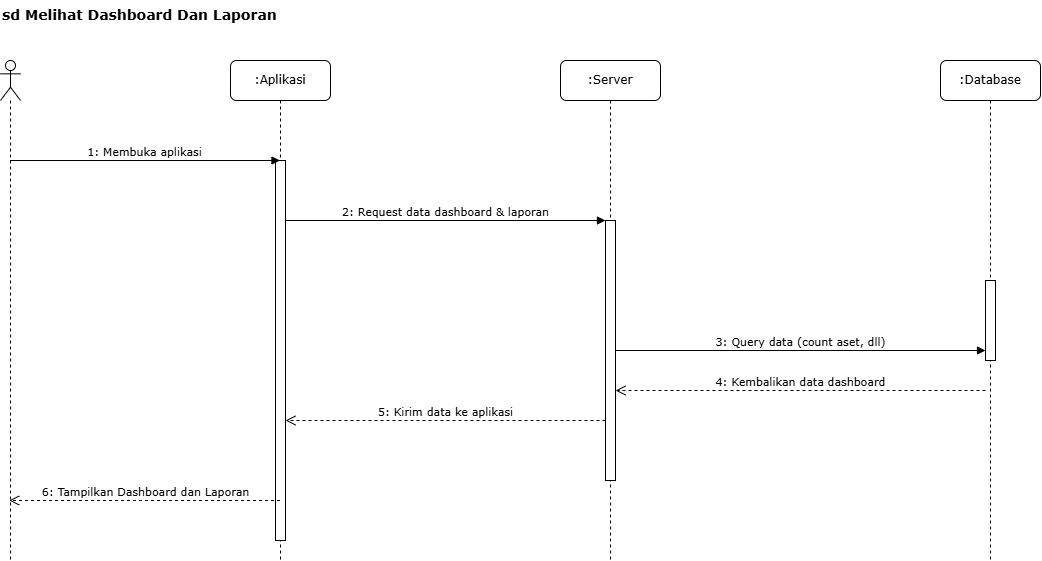
Above: Diagram/sequence-diagram-skripsi-melihat-dashboard-dan-laporan.drawio.png in Rizz404/SKRIPSI_V2 (draw.io), before the change. Source tidied: cells renumbered, new cells last; positions are measured from the earlier drawing's top-left corner, leaving out a move shared by most shapes. Source of this version:
```xml
<mxGraphModel>
  <root>
    <mxCell id="0" />
    <mxCell id="1" parent="0" />
    <mxCell id="2" value="sd Melihat Dashboard Dan Laporan" style="text;html=1;strokeColor=none;fillColor=none;align=left;verticalAlign=top;whiteSpace=wrap;rounded=0;fontFamily=Verdana;fontSize=14;fontStyle=1;" parent="1" vertex="1">
      <mxGeometry width="320" height="30" as="geometry" />
    </mxCell>
    <mxCell id="3" style="shape=umlLifeline;perimeter=lifelinePerimeter;whiteSpace=wrap;html=1;outlineConnect=0;portConstraint=eastwest;newEdgeStyle={&quot;curved&quot;:0,&quot;rounded&quot;:0};participant=umlActor;" parent="1" vertex="1">
      <mxGeometry y="60" width="20" height="500" as="geometry" />
    </mxCell>
    <mxCell id="4" value=":Aplikasi" style="shape=umlLifeline;perimeter=lifelinePerimeter;whiteSpace=wrap;html=1;outlineConnect=0;rounded=1;shadow=0;comic=0;labelBackgroundColor=none;strokeWidth=1;fontFamily=Verdana;fontSize=12;align=center;" parent="1" vertex="1">
      <mxGeometry x="230" y="60" width="100" height="500" as="geometry" />
    </mxCell>
    <mxCell id="5" value=":Server" style="shape=umlLifeline;perimeter=lifelinePerimeter;whiteSpace=wrap;html=1;rounded=1;shadow=0;comic=0;labelBackgroundColor=none;strokeWidth=1;fontFamily=Verdana;fontSize=12;align=center;" parent="1" vertex="1">
      <mxGeometry x="560" y="60" width="100" height="500" as="geometry" />
    </mxCell>
    <mxCell id="6" value=":Database" style="shape=umlLifeline;perimeter=lifelinePerimeter;whiteSpace=wrap;html=1;rounded=1;shadow=0;comic=0;labelBackgroundColor=none;strokeWidth=1;fontFamily=Verdana;fontSize=12;align=center;" parent="1" vertex="1">
      <mxGeometry x="940" y="60" width="100" height="500" as="geometry" />
    </mxCell>
    <mxCell id="7" style="html=1;points=[];perimeter=orthogonalPerimeter;fillColor=#ffffff;strokeColor=#000000;strokeWidth=1;" parent="1" vertex="1">
      <mxGeometry x="275" y="160" width="10" height="380" as="geometry" />
    </mxCell>
    <mxCell id="8" style="html=1;points=[];perimeter=orthogonalPerimeter;fillColor=#ffffff;strokeColor=#000000;strokeWidth=1;" parent="1" vertex="1">
      <mxGeometry x="605" y="220" width="10" height="260" as="geometry" />
    </mxCell>
    <mxCell id="9" style="html=1;points=[];perimeter=orthogonalPerimeter;fillColor=#ffffff;strokeColor=#000000;strokeWidth=1;" parent="1" vertex="1">
      <mxGeometry x="985" y="280" width="10" height="80" as="geometry" />
    </mxCell>
    <mxCell id="10" value="1: Membuka aplikasi" style="html=1;verticalAlign=bottom;labelBackgroundColor=none;endArrow=block;rounded=0;fontFamily=Verdana;fontSize=11;" parent="1" edge="1">
      <mxGeometry relative="1" as="geometry">
        <mxPoint x="9.5" y="160" as="sourcePoint" />
        <mxPoint x="279.5" y="160" as="targetPoint" />
      </mxGeometry>
    </mxCell>
    <mxCell id="11" value="2: Request data dashboard &amp; laporan" style="html=1;verticalAlign=bottom;endArrow=block;labelBackgroundColor=none;fontFamily=Verdana;fontSize=11;" parent="1" edge="1" source="7">
      <mxGeometry relative="1" as="geometry">
        <mxPoint x="605" y="220" as="targetPoint" />
      </mxGeometry>
    </mxCell>
    <mxCell id="12" value="3: Query data (count aset, dll)" style="html=1;verticalAlign=bottom;endArrow=block;labelBackgroundColor=none;fontFamily=Verdana;fontSize=11;" parent="1" edge="1" source="8" target="9">
      <mxGeometry relative="1" as="geometry" />
    </mxCell>
    <mxCell id="13" value="4: Kembalikan data dashboard" style="html=1;verticalAlign=bottom;endArrow=open;dashed=1;endSize=8;labelBackgroundColor=none;fontFamily=Verdana;fontSize=11;" parent="1" edge="1">
      <mxGeometry relative="1" as="geometry">
        <mxPoint x="985" y="390" as="sourcePoint" />
        <mxPoint x="615" y="390" as="targetPoint" />
      </mxGeometry>
    </mxCell>
    <mxCell id="14" value="5: Kirim data ke aplikasi" style="html=1;verticalAlign=bottom;endArrow=open;dashed=1;endSize=8;labelBackgroundColor=none;fontFamily=Verdana;fontSize=11;" parent="1" edge="1">
      <mxGeometry relative="1" as="geometry">
        <mxPoint x="605" y="420" as="sourcePoint" />
        <mxPoint x="285" y="420" as="targetPoint" />
      </mxGeometry>
    </mxCell>
    <mxCell id="15" value="6: Tampilkan Dashboard dan Laporan" style="html=1;verticalAlign=bottom;endArrow=open;dashed=1;endSize=8;labelBackgroundColor=none;fontFamily=Verdana;fontSize=11;" parent="1" edge="1" source="4" target="3">
      <mxGeometry relative="1" as="geometry">
        <Array as="points">
          <mxPoint x="140" y="500" />
        </Array>
      </mxGeometry>
    </mxCell>
  </root>
</mxGraphModel>
```
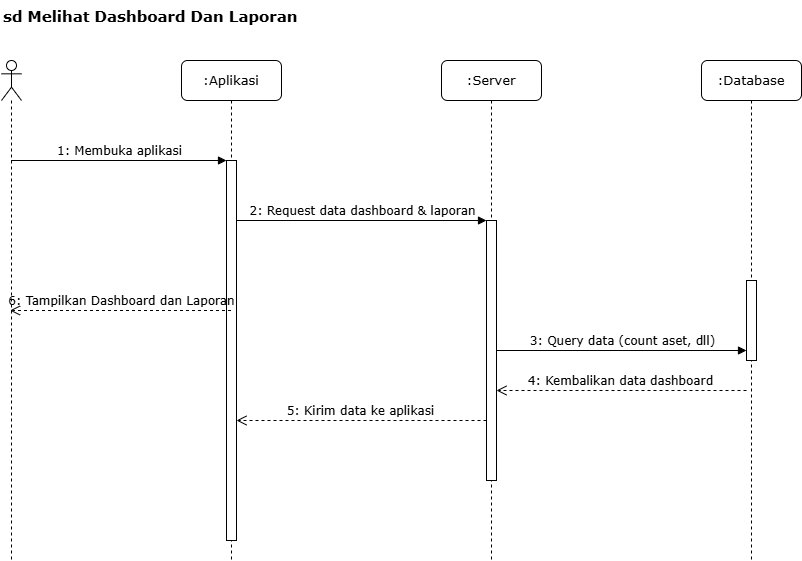
The same file after the commit.

Diff of the diagram source:
```diff
@@ -2,62 +2,58 @@
   <root>
     <mxCell id="0" />
     <mxCell id="1" parent="0" />
-    <mxCell id="2" value="sd Melihat Dashboard Dan Laporan" style="text;html=1;strokeColor=none;fillColor=none;align=left;verticalAlign=top;whiteSpace=wrap;rounded=0;fontFamily=Verdana;fontSize=14;fontStyle=1;" parent="1" vertex="1">
-      <mxGeometry width="320" height="30" as="geometry" />
+    <mxCell id="2" value="sd Melihat Dashboard Dan Laporan" style="text;html=1;strokeColor=none;fillColor=none;align=left;verticalAlign=top;whiteSpace=wrap;rounded=0;fontFamily=Verdana;fontSize=15;fontStyle=1;" parent="1" vertex="1">
+      <mxGeometry x="-80" width="320" height="30" as="geometry" />
     </mxCell>
     <mxCell id="3" style="shape=umlLifeline;perimeter=lifelinePerimeter;whiteSpace=wrap;html=1;outlineConnect=0;portConstraint=eastwest;newEdgeStyle={&quot;curved&quot;:0,&quot;rounded&quot;:0};participant=umlActor;" parent="1" vertex="1">
-      <mxGeometry y="60" width="20" height="500" as="geometry" />
+      <mxGeometry x="-80" y="60" width="20" height="500" as="geometry" />
     </mxCell>
-    <mxCell id="4" value=":Aplikasi" style="shape=umlLifeline;perimeter=lifelinePerimeter;whiteSpace=wrap;html=1;outlineConnect=0;rounded=1;shadow=0;comic=0;labelBackgroundColor=none;strokeWidth=1;fontFamily=Verdana;fontSize=12;align=center;" parent="1" vertex="1">
-      <mxGeometry x="230" y="60" width="100" height="500" as="geometry" />
+    <mxCell id="4" value=":Aplikasi" style="shape=umlLifeline;perimeter=lifelinePerimeter;whiteSpace=wrap;html=1;outlineConnect=0;rounded=1;shadow=0;comic=0;labelBackgroundColor=none;strokeWidth=1;fontFamily=Verdana;fontSize=13;align=center;" parent="1" vertex="1">
+      <mxGeometry x="100" y="60" width="100" height="500" as="geometry" />
     </mxCell>
-    <mxCell id="5" value=":Server" style="shape=umlLifeline;perimeter=lifelinePerimeter;whiteSpace=wrap;html=1;rounded=1;shadow=0;comic=0;labelBackgroundColor=none;strokeWidth=1;fontFamily=Verdana;fontSize=12;align=center;" parent="1" vertex="1">
-      <mxGeometry x="560" y="60" width="100" height="500" as="geometry" />
+    <mxCell id="5" value=":Server" style="shape=umlLifeline;perimeter=lifelinePerimeter;whiteSpace=wrap;html=1;rounded=1;shadow=0;comic=0;labelBackgroundColor=none;strokeWidth=1;fontFamily=Verdana;fontSize=13;align=center;" parent="1" vertex="1">
+      <mxGeometry x="360" y="60" width="100" height="500" as="geometry" />
     </mxCell>
-    <mxCell id="6" value=":Database" style="shape=umlLifeline;perimeter=lifelinePerimeter;whiteSpace=wrap;html=1;rounded=1;shadow=0;comic=0;labelBackgroundColor=none;strokeWidth=1;fontFamily=Verdana;fontSize=12;align=center;" parent="1" vertex="1">
-      <mxGeometry x="940" y="60" width="100" height="500" as="geometry" />
+    <mxCell id="6" value=":Database" style="shape=umlLifeline;perimeter=lifelinePerimeter;whiteSpace=wrap;html=1;rounded=1;shadow=0;comic=0;labelBackgroundColor=none;strokeWidth=1;fontFamily=Verdana;fontSize=13;align=center;" parent="1" vertex="1">
+      <mxGeometry x="620" y="60" width="100" height="500" as="geometry" />
     </mxCell>
     <mxCell id="7" style="html=1;points=[];perimeter=orthogonalPerimeter;fillColor=#ffffff;strokeColor=#000000;strokeWidth=1;" parent="1" vertex="1">
-      <mxGeometry x="275" y="160" width="10" height="380" as="geometry" />
+      <mxGeometry x="145" y="160" width="10" height="380" as="geometry" />
     </mxCell>
     <mxCell id="8" style="html=1;points=[];perimeter=orthogonalPerimeter;fillColor=#ffffff;strokeColor=#000000;strokeWidth=1;" parent="1" vertex="1">
-      <mxGeometry x="605" y="220" width="10" height="260" as="geometry" />
+      <mxGeometry x="405" y="220" width="10" height="260" as="geometry" />
     </mxCell>
     <mxCell id="9" style="html=1;points=[];perimeter=orthogonalPerimeter;fillColor=#ffffff;strokeColor=#000000;strokeWidth=1;" parent="1" vertex="1">
-      <mxGeometry x="985" y="280" width="10" height="80" as="geometry" />
+      <mxGeometry x="665" y="280" width="10" height="80" as="geometry" />
     </mxCell>
-    <mxCell id="10" value="1: Membuka aplikasi" style="html=1;verticalAlign=bottom;labelBackgroundColor=none;endArrow=block;rounded=0;fontFamily=Verdana;fontSize=11;" parent="1" edge="1">
+    <mxCell id="10" value="1: Membuka aplikasi" style="html=1;verticalAlign=bottom;labelBackgroundColor=none;endArrow=block;rounded=0;fontFamily=Verdana;fontSize=12;" parent="1" edge="1">
       <mxGeometry relative="1" as="geometry">
-        <mxPoint x="9.5" y="160" as="sourcePoint" />
-        <mxPoint x="279.5" y="160" as="targetPoint" />
+        <mxPoint x="-70.5" y="160" as="sourcePoint" />
+        <mxPoint x="145" y="160" as="targetPoint" />
       </mxGeometry>
     </mxCell>
-    <mxCell id="11" value="2: Request data dashboard &amp; laporan" style="html=1;verticalAlign=bottom;endArrow=block;labelBackgroundColor=none;fontFamily=Verdana;fontSize=11;" parent="1" edge="1" source="7">
+    <mxCell id="11" value="2: Request data dashboard &amp;amp; laporan" style="html=1;verticalAlign=bottom;endArrow=block;labelBackgroundColor=none;fontFamily=Verdana;fontSize=12;" parent="1" edge="1" source="7">
       <mxGeometry relative="1" as="geometry">
-        <mxPoint x="605" y="220" as="targetPoint" />
+        <mxPoint x="405" y="220" as="targetPoint" />
       </mxGeometry>
     </mxCell>
-    <mxCell id="12" value="3: Query data (count aset, dll)" style="html=1;verticalAlign=bottom;endArrow=block;labelBackgroundColor=none;fontFamily=Verdana;fontSize=11;" parent="1" edge="1" source="8" target="9">
+    <mxCell id="12" value="3: Query data (count aset, dll)" style="html=1;verticalAlign=bottom;endArrow=block;labelBackgroundColor=none;fontFamily=Verdana;fontSize=12;" parent="1" edge="1" source="8" target="9">
       <mxGeometry relative="1" as="geometry" />
     </mxCell>
-    <mxCell id="13" value="4: Kembalikan data dashboard" style="html=1;verticalAlign=bottom;endArrow=open;dashed=1;endSize=8;labelBackgroundColor=none;fontFamily=Verdana;fontSize=11;" parent="1" edge="1">
+    <mxCell id="13" value="4: Kembalikan data dashboard" style="html=1;verticalAlign=bottom;endArrow=open;dashed=1;endSize=8;labelBackgroundColor=none;fontFamily=Verdana;fontSize=12;" parent="1" edge="1">
       <mxGeometry relative="1" as="geometry">
-        <mxPoint x="985" y="390" as="sourcePoint" />
-        <mxPoint x="615" y="390" as="targetPoint" />
+        <mxPoint x="665" y="390" as="sourcePoint" />
+        <mxPoint x="415" y="390" as="targetPoint" />
       </mxGeometry>
     </mxCell>
-    <mxCell id="14" value="5: Kirim data ke aplikasi" style="html=1;verticalAlign=bottom;endArrow=open;dashed=1;endSize=8;labelBackgroundColor=none;fontFamily=Verdana;fontSize=11;" parent="1" edge="1">
+    <mxCell id="14" value="5: Kirim data ke aplikasi" style="html=1;verticalAlign=bottom;endArrow=open;dashed=1;endSize=8;labelBackgroundColor=none;fontFamily=Verdana;fontSize=12;" parent="1" edge="1">
       <mxGeometry relative="1" as="geometry">
-        <mxPoint x="605" y="420" as="sourcePoint" />
-        <mxPoint x="285" y="420" as="targetPoint" />
+        <mxPoint x="405" y="420" as="sourcePoint" />
+        <mxPoint x="155" y="420" as="targetPoint" />
       </mxGeometry>
     </mxCell>
-    <mxCell id="15" value="6: Tampilkan Dashboard dan Laporan" style="html=1;verticalAlign=bottom;endArrow=open;dashed=1;endSize=8;labelBackgroundColor=none;fontFamily=Verdana;fontSize=11;" parent="1" edge="1" source="4" target="3">
-      <mxGeometry relative="1" as="geometry">
-        <Array as="points">
-          <mxPoint x="140" y="500" />
-        </Array>
-      </mxGeometry>
+    <mxCell id="15" value="6: Tampilkan Dashboard dan Laporan" style="html=1;verticalAlign=bottom;endArrow=open;dashed=1;endSize=8;labelBackgroundColor=none;fontFamily=Verdana;fontSize=12;" parent="1" edge="1" source="4" target="3">
+      <mxGeometry relative="1" as="geometry" />
     </mxCell>
   </root>
 </mxGraphModel>
```
